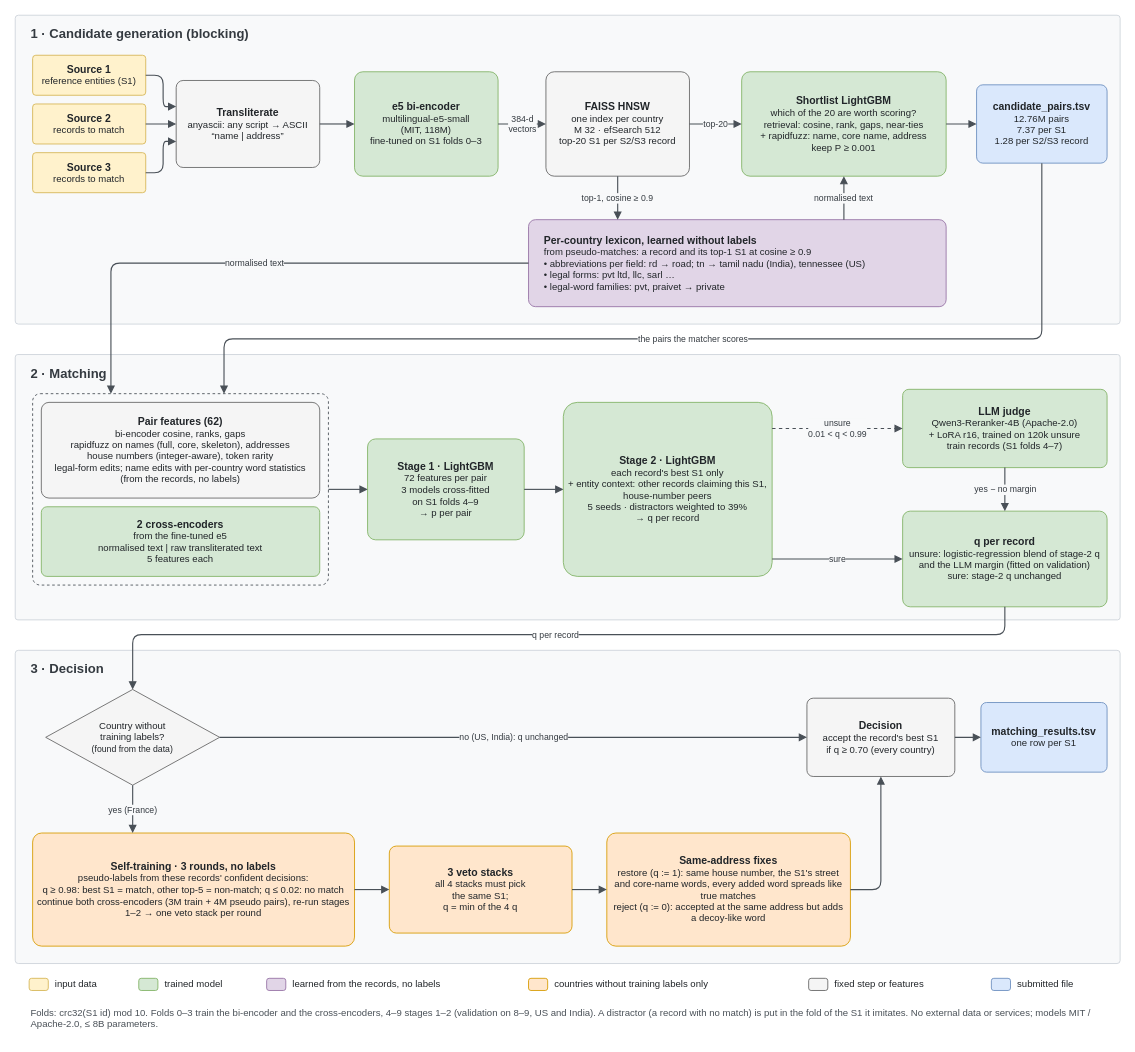
Before: ber/pipeline.drawio in i-sahajmistry/Amazon-ML-Challenge-26, a draw.io diagram. Source tidied: cells renumbered, new cells numbered last; positions are measured from the earlier drawing's top-left corner, leaving out a move shared by most shapes. Both pictures are drawn from the tidied source at 87%, with x=0, y=0 at pixel (15, 15).
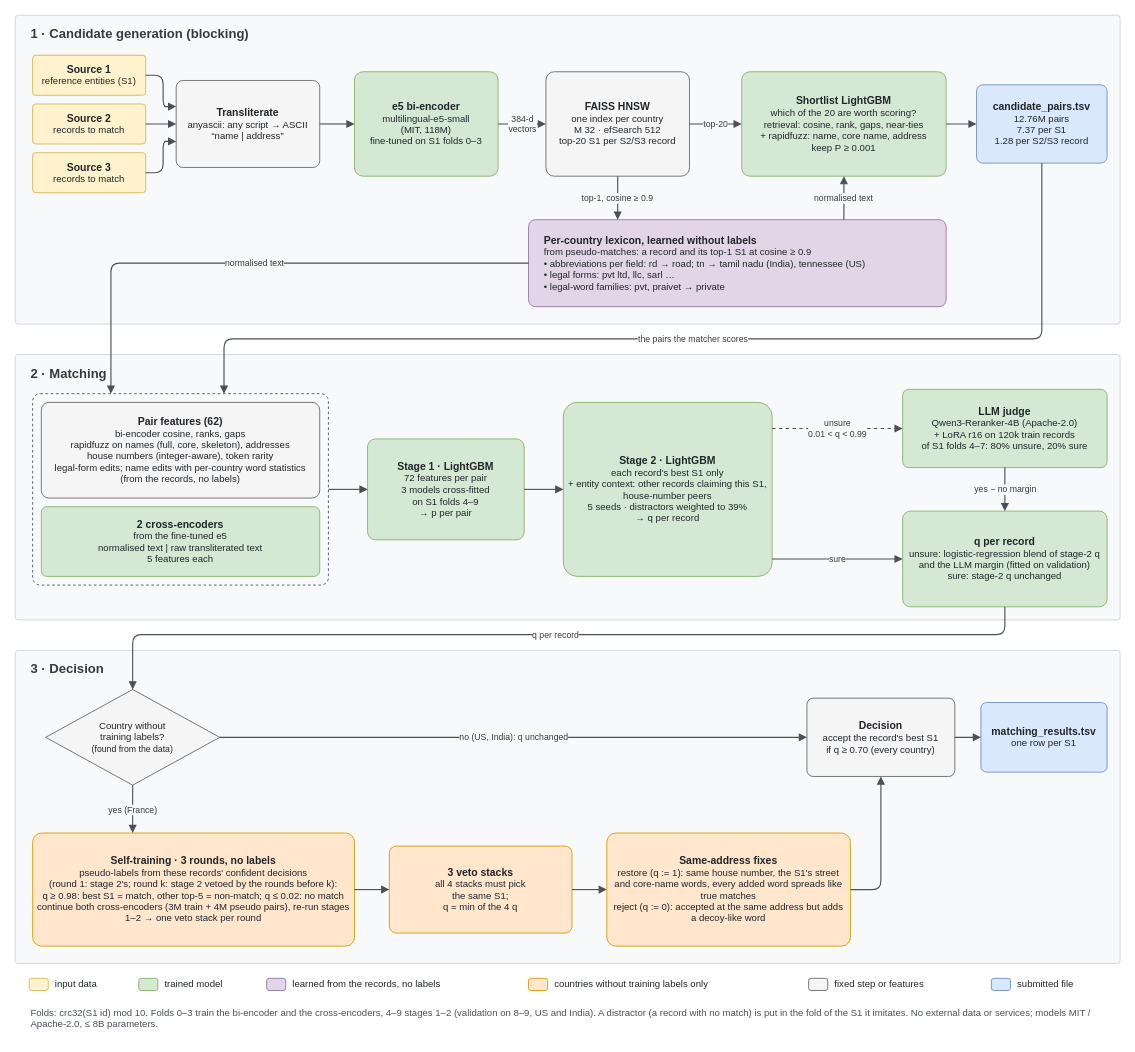
After the change.

Commit message (it also covers changes not shown here):
Documentation_template.md filled in (team SSM); pipeline figure: judge's training set, self-training seeds

The edit, as a diff of the source:
```diff
@@
-    <mxCell id="31" value="&lt;b&gt;&lt;font style=&quot;font-size:12px&quot;&gt;LLM judge&lt;/font&gt;&lt;/b&gt;&lt;br&gt;Qwen3-Reranker-4B (Apache-2.0)&lt;br&gt;+ LoRA r16, trained on 120k unsure&lt;br&gt;train records (S1 folds 4–7)" style="rounded=1;whiteSpace=wrap;html=1;arcSize=8;align=center;verticalAlign=middle;spacing=6;fontFamily=Helvetica;fontSize=11;fontColor=#212529;fillColor=#D5E8D4;strokeColor=#82B366;" parent="1" vertex="1">
+    <mxCell id="31" value="&lt;b&gt;&lt;font style=&quot;font-size:12px&quot;&gt;LLM judge&lt;/font&gt;&lt;/b&gt;&lt;br&gt;Qwen3-Reranker-4B (Apache-2.0)&lt;br&gt;+ LoRA r16 on 120k train records&lt;br&gt;of S1 folds 4–7: 80% unsure, 20% sure" style="rounded=1;whiteSpace=wrap;html=1;arcSize=8;align=center;verticalAlign=middle;spacing=6;fontFamily=Helvetica;fontSize=11;fontColor=#212529;fillColor=#D5E8D4;strokeColor=#82B366;" parent="1" vertex="1">
       <mxGeometry x="1020" y="430" width="235" height="90" as="geometry" />
     </mxCell>
@@
-    <mxCell id="43" value="&lt;b&gt;&lt;font style=&quot;font-size:12px&quot;&gt;Self-training · 3 rounds, no labels&lt;/font&gt;&lt;/b&gt;&lt;br&gt;pseudo-labels from these records' confident decisions:&lt;br&gt;q ≥ 0.98: best S1 = match, other top-5 = non-match; q ≤ 0.02: no match&lt;br&gt;continue both cross-encoders (3M train + 4M pseudo pairs), re-run stages 1–2 → one veto stack per round" style="rounded=1;whiteSpace=wrap;html=1;arcSize=8;align=center;verticalAlign=middle;spacing=6;fontFamily=Helvetica;fontSize=11;fontColor=#212529;fillColor=#FFE6CC;strokeColor=#D79B00;" parent="1" vertex="1">
+    <mxCell id="43" value="&lt;b&gt;&lt;font style=&quot;font-size:12px&quot;&gt;Self-training · 3 rounds, no labels&lt;/font&gt;&lt;/b&gt;&lt;br&gt;pseudo-labels from these records' confident decisions&lt;br&gt;(round 1: stage 2's; round k: stage 2 vetoed by the rounds before k):&lt;br&gt;q ≥ 0.98: best S1 = match, other top-5 = non-match; q ≤ 0.02: no match&lt;br&gt;continue both cross-encoders (3M train + 4M pseudo pairs), re-run stages 1–2 → one veto stack per round" style="rounded=1;whiteSpace=wrap;html=1;arcSize=8;align=center;verticalAlign=middle;spacing=6;fontFamily=Helvetica;fontSize=11;fontColor=#212529;fillColor=#FFE6CC;strokeColor=#D79B00;" parent="1" vertex="1">
       <mxGeometry x="20" y="940" width="370" height="130" as="geometry" />
     </mxCell>
```
